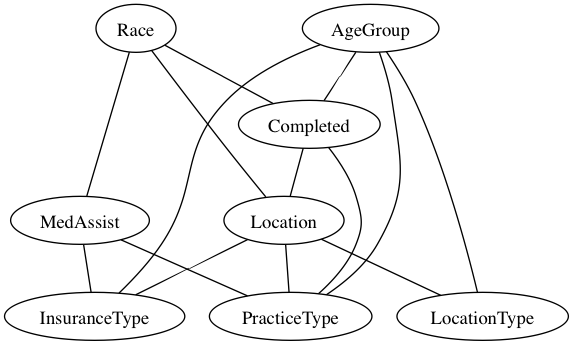
The Graphviz diagram assignment2/2d.png in oleander/data-mining, before a commit. Its source is kept beside it as assignment2/2d.dot.
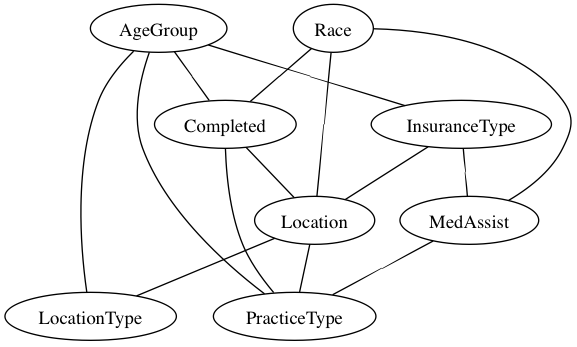
After the commit.

Diff of the diagram source:
```diff
@@ -1,26 +1,19 @@
-graph graphname {
+graph ex2d {
 
-  1 -- 3 -- 8;
+  1 -- 3;
+  1 -- 4;
+  1 -- 7;
   1 -- 8;
-
-  1 -- 4;
-
-  1 -- 7;
-
-  2 -- 3 -- 6;
+  2 -- 3;
+  2 -- 5;
   2 -- 6;
-
-  2 -- 5;
-
-  5 -- 4;
-
+  3 -- 6;
+  3 -- 8;
+  4 -- 5;
+  4 -- 6;
   5 -- 8;
-
+  6 -- 7;
   6 -- 8;
-
-  6 -- 4;
-
-  6 -- 7;
 
   1 [label=AgeGroup]
   2 [label=Race]
```
